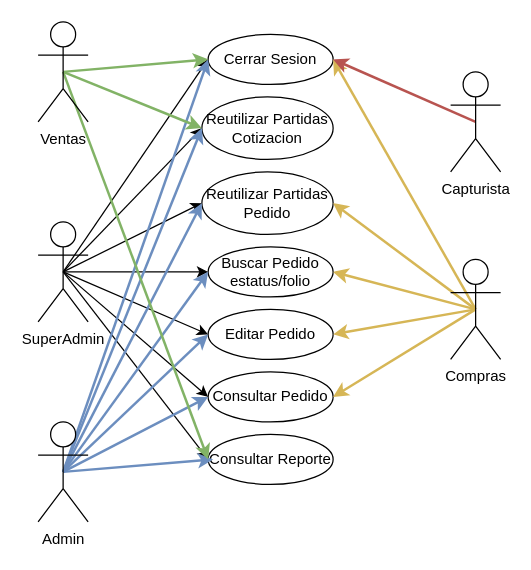
KAI1718/practicas keeps this draw.io diagram as Version4.drawio. Above is the earlier version. Source tidied: cells renumbered, new cells numbered last; positions are measured from the earlier drawing's top-left corner, leaving out a move shared by most shapes. Both pictures are drawn from the tidied source at 125%, with x=0, y=0 at pixel (38, 21).
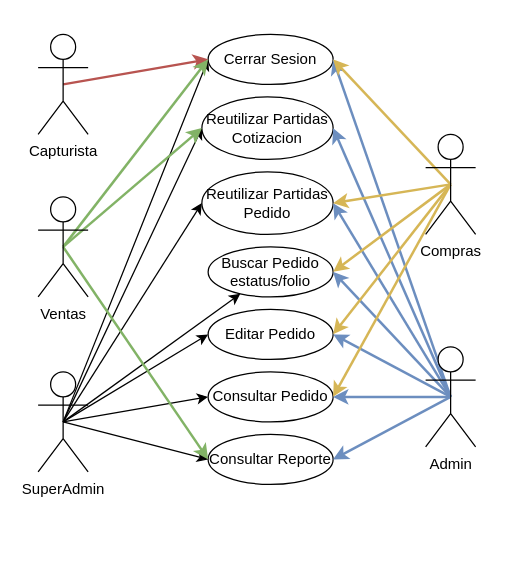
The same page after the edit.

Unchanged cells that the change refers to:
```xml
<mxCell id="2" value="Cerrar Sesion" style="ellipse;whiteSpace=wrap;html=1;" parent="1" vertex="1">
  <mxGeometry x="136" y="10" width="100" height="40" as="geometry" />
</mxCell>
<mxCell id="3" value="Reutilizar Partidas Cotizacion" style="ellipse;whiteSpace=wrap;html=1;" parent="1" vertex="1">
  <mxGeometry x="131" y="60" width="105" height="50" as="geometry" />
</mxCell>
<mxCell id="4" value="Reutilizar Partidas Pedido" style="ellipse;whiteSpace=wrap;html=1;" parent="1" vertex="1">
  <mxGeometry x="131" y="120" width="105" height="50" as="geometry" />
</mxCell>
<mxCell id="5" value="Buscar Pedido estatus/folio" style="ellipse;whiteSpace=wrap;html=1;" parent="1" vertex="1">
  <mxGeometry x="136" y="180" width="100" height="40" as="geometry" />
</mxCell>
<mxCell id="6" value="Editar Pedido" style="ellipse;whiteSpace=wrap;html=1;" parent="1" vertex="1">
  <mxGeometry x="136" y="230" width="100" height="40" as="geometry" />
</mxCell>
<mxCell id="7" value="Consultar Pedido" style="ellipse;whiteSpace=wrap;html=1;" parent="1" vertex="1">
  <mxGeometry x="136" y="280" width="100" height="40" as="geometry" />
</mxCell>
<mxCell id="8" value="Consultar Reporte" style="ellipse;whiteSpace=wrap;html=1;" parent="1" vertex="1">
  <mxGeometry x="136" y="330" width="100" height="40" as="geometry" />
</mxCell>
```

Diff of the diagram source:
```diff
@@
     <mxCell id="16" value="SuperAdmin" style="shape=umlActor;verticalLabelPosition=bottom;verticalAlign=top;html=1;outlineConnect=0;" parent="1" vertex="1">
-      <mxGeometry y="160" width="40" height="80" as="geometry" />
+      <mxGeometry y="280" width="40" height="80" as="geometry" />
     </mxCell>
-    <mxCell id="17" style="rounded=0;jettySize=auto;html=1;exitX=0.5;exitY=0.5;exitDx=0;exitDy=0;exitPerimeter=0;fillColor=#dae8fc;strokeColor=#6c8ebf;strokeWidth=2;" parent="1" edge="1" source="24">
-      <mxGeometry relative="1" as="geometry">
-        <mxPoint x="140" y="350" as="targetPoint" />
-      </mxGeometry>
-    </mxCell>
+    <mxCell id="37" style="edgeStyle=none;rounded=0;jettySize=auto;html=1;exitX=0.5;exitY=0.5;exitDx=0;exitDy=0;exitPerimeter=0;entryX=1;entryY=0.5;entryDx=0;entryDy=0;fillColor=#dae8fc;strokeColor=#6c8ebf;strokeWidth=2;" parent="1" edge="1" source="24" target="8">
+      <mxGeometry relative="1" as="geometry" />
+    </mxCell>
-    <mxCell id="18" style="rounded=0;jettySize=auto;html=1;exitX=0.5;exitY=0.5;exitDx=0;exitDy=0;exitPerimeter=0;entryX=0;entryY=0.5;entryDx=0;entryDy=0;fillColor=#dae8fc;strokeColor=#6c8ebf;strokeWidth=2;" parent="1" edge="1" source="24" target="7">
+    <mxCell id="18" style="edgeStyle=none;rounded=0;jettySize=auto;html=1;exitX=0.5;exitY=0.5;exitDx=0;exitDy=0;exitPerimeter=0;entryX=1;entryY=0.5;entryDx=0;entryDy=0;fillColor=#dae8fc;strokeColor=#6c8ebf;strokeWidth=2;" parent="1" edge="1" source="24" target="7">
       <mxGeometry relative="1" as="geometry" />
     </mxCell>
-    <mxCell id="19" style="rounded=0;jettySize=auto;html=1;exitX=0.5;exitY=0.5;exitDx=0;exitDy=0;exitPerimeter=0;entryX=0;entryY=0.5;entryDx=0;entryDy=0;fillColor=#dae8fc;strokeColor=#6c8ebf;strokeWidth=2;" parent="1" edge="1" source="24" target="6">
+    <mxCell id="19" style="edgeStyle=none;rounded=0;jettySize=auto;html=1;exitX=0.5;exitY=0.5;exitDx=0;exitDy=0;exitPerimeter=0;entryX=1;entryY=0.5;entryDx=0;entryDy=0;fillColor=#dae8fc;strokeColor=#6c8ebf;strokeWidth=2;" parent="1" edge="1" source="24" target="6">
       <mxGeometry relative="1" as="geometry" />
     </mxCell>
-    <mxCell id="20" style="rounded=0;jettySize=auto;html=1;exitX=0.5;exitY=0.5;exitDx=0;exitDy=0;exitPerimeter=0;entryX=0;entryY=0.5;entryDx=0;entryDy=0;fillColor=#dae8fc;strokeColor=#6c8ebf;strokeWidth=2;" parent="1" edge="1" source="24" target="5">
+    <mxCell id="20" style="edgeStyle=none;rounded=0;jettySize=auto;html=1;exitX=0.5;exitY=0.5;exitDx=0;exitDy=0;exitPerimeter=0;entryX=1;entryY=0.5;entryDx=0;entryDy=0;fillColor=#dae8fc;strokeColor=#6c8ebf;strokeWidth=2;" parent="1" edge="1" source="24" target="5">
       <mxGeometry relative="1" as="geometry" />
     </mxCell>
-    <mxCell id="21" style="edgeStyle=none;rounded=0;jettySize=auto;html=1;exitX=0.5;exitY=0.5;exitDx=0;exitDy=0;exitPerimeter=0;entryX=0;entryY=0.5;entryDx=0;entryDy=0;fillColor=#dae8fc;strokeColor=#6c8ebf;strokeWidth=2;" parent="1" edge="1" source="24" target="4">
+    <mxCell id="21" style="edgeStyle=none;rounded=0;jettySize=auto;html=1;exitX=0.5;exitY=0.5;exitDx=0;exitDy=0;exitPerimeter=0;entryX=1;entryY=0.5;entryDx=0;entryDy=0;fillColor=#dae8fc;strokeColor=#6c8ebf;strokeWidth=2;" parent="1" edge="1" source="24" target="4">
       <mxGeometry relative="1" as="geometry" />
     </mxCell>
-    <mxCell id="22" style="edgeStyle=none;rounded=0;jettySize=auto;html=1;exitX=0.5;exitY=0.5;exitDx=0;exitDy=0;exitPerimeter=0;entryX=0;entryY=0.5;entryDx=0;entryDy=0;fillColor=#dae8fc;strokeColor=#6c8ebf;strokeWidth=2;" parent="1" edge="1" source="24" target="3">
+    <mxCell id="22" style="edgeStyle=none;rounded=0;jettySize=auto;html=1;exitX=0.5;exitY=0.5;exitDx=0;exitDy=0;exitPerimeter=0;entryX=1;entryY=0.5;entryDx=0;entryDy=0;fillColor=#dae8fc;strokeColor=#6c8ebf;strokeWidth=2;" parent="1" edge="1" source="24" target="3">
       <mxGeometry relative="1" as="geometry" />
     </mxCell>
-    <mxCell id="23" style="edgeStyle=none;rounded=0;jettySize=auto;html=1;exitX=0.5;exitY=0.5;exitDx=0;exitDy=0;exitPerimeter=0;entryX=0;entryY=0.5;entryDx=0;entryDy=0;fillColor=#dae8fc;strokeColor=#6c8ebf;strokeWidth=2;" parent="1" edge="1" source="24" target="2">
+    <mxCell id="23" style="edgeStyle=none;rounded=0;jettySize=auto;html=1;exitX=0.5;exitY=0.5;exitDx=0;exitDy=0;exitPerimeter=0;entryX=1;entryY=0.5;entryDx=0;entryDy=0;fillColor=#dae8fc;strokeColor=#6c8ebf;strokeWidth=2;" parent="1" edge="1" source="24" target="2">
       <mxGeometry relative="1" as="geometry" />
     </mxCell>
     <mxCell id="24" value="Admin" style="shape=umlActor;verticalLabelPosition=bottom;verticalAlign=top;html=1;outlineConnect=0;" parent="1" vertex="1">
-      <mxGeometry y="320" width="40" height="80" as="geometry" />
+      <mxGeometry x="310" y="260" width="40" height="80" as="geometry" />
     </mxCell>
@@
     <mxCell id="30" value="Compras" style="shape=umlActor;verticalLabelPosition=bottom;verticalAlign=top;html=1;outlineConnect=0;" parent="1" vertex="1">
-      <mxGeometry x="330" y="190" width="40" height="80" as="geometry" />
+      <mxGeometry x="310" y="90" width="40" height="80" as="geometry" />
     </mxCell>
-    <mxCell id="31" style="rounded=0;jettySize=auto;html=1;exitX=0.5;exitY=0.5;exitDx=0;exitDy=0;exitPerimeter=0;entryX=1;entryY=0.5;entryDx=0;entryDy=0;fillColor=#f8cecc;strokeColor=#b85450;strokeWidth=2;" parent="1" edge="1" source="32" target="2">
+    <mxCell id="31" style="rounded=0;jettySize=auto;html=1;exitX=0.5;exitY=0.5;exitDx=0;exitDy=0;exitPerimeter=0;entryX=0;entryY=0.5;entryDx=0;entryDy=0;fillColor=#f8cecc;strokeColor=#b85450;strokeWidth=2;" parent="1" edge="1" source="32" target="2">
       <mxGeometry relative="1" as="geometry" />
     </mxCell>
     <mxCell id="32" value="Capturista" style="shape=umlActor;verticalLabelPosition=bottom;verticalAlign=top;html=1;outlineConnect=0;" parent="1" vertex="1">
-      <mxGeometry x="330" y="40" width="40" height="80" as="geometry" />
+      <mxGeometry y="10" width="40" height="80" as="geometry" />
     </mxCell>
@@
     <mxCell id="36" value="Ventas" style="shape=umlActor;verticalLabelPosition=bottom;verticalAlign=top;html=1;outlineConnect=0;" parent="1" vertex="1">
-      <mxGeometry width="40" height="80" as="geometry" />
+      <mxGeometry y="140" width="40" height="80" as="geometry" />
     </mxCell>
```
